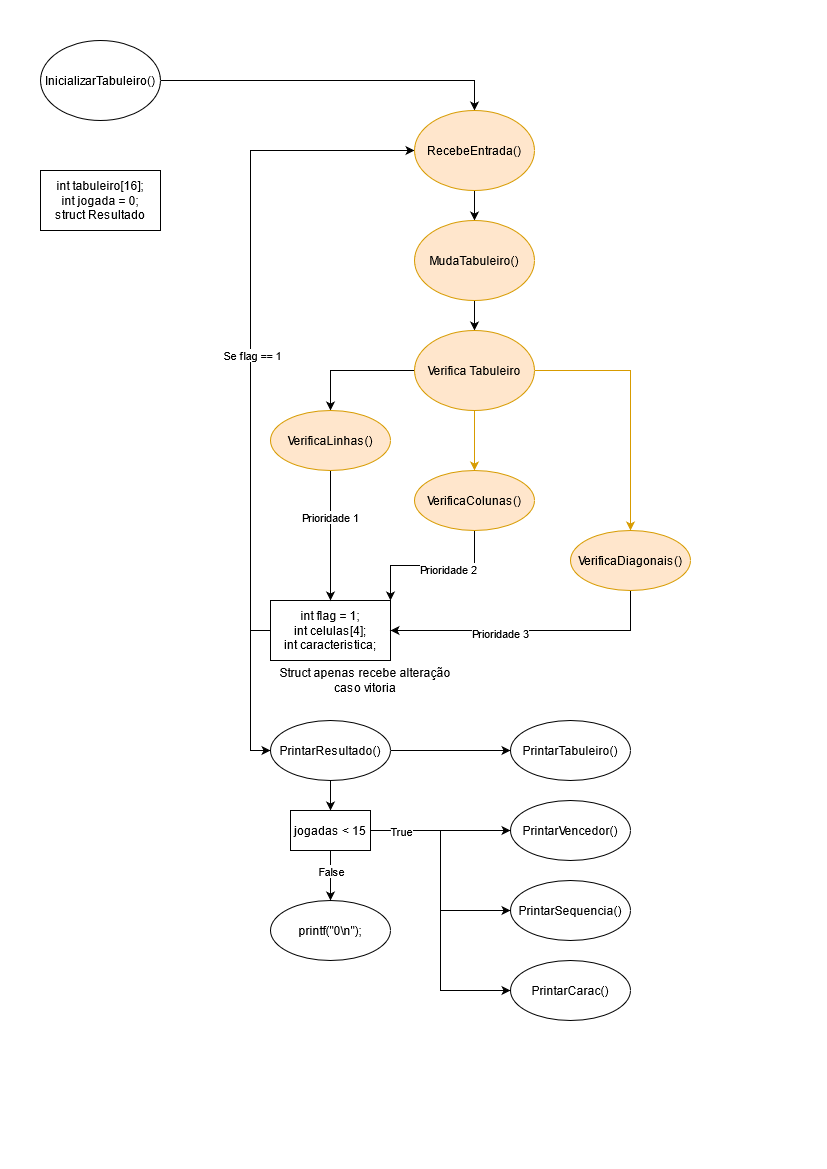
Before: codeFlow.png, a diagram exported from draw.io (Grillo-0/quarto). Source tidied: cells renumbered, new cells last; positions are measured from the earlier drawing's top-left corner, leaving out a move shared by most shapes.
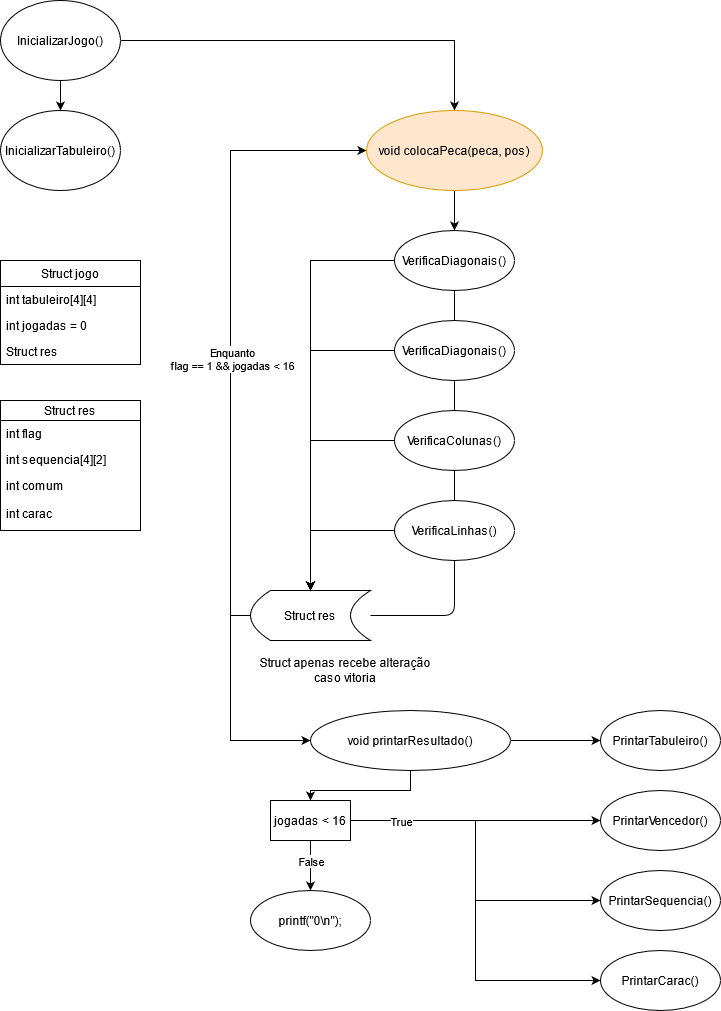
After the change.

Change to the diagram source:
```diff
@@ -5,72 +5,27 @@
     <mxCell id="2" style="edgeStyle=orthogonalEdgeStyle;rounded=0;jettySize=auto;html=1;exitX=0;exitY=0.5;exitDx=0;exitDy=0;entryX=0;entryY=0.5;entryDx=0;entryDy=0;" parent="1" edge="1" source="5" target="9">
       <mxGeometry relative="1" as="geometry" />
     </mxCell>
-    <mxCell id="3" value="Se flag == 1" style="edgeLabel;html=1;align=center;verticalAlign=middle;" parent="2" vertex="1">
+    <mxCell id="3" value="&lt;div&gt;Enquanto&lt;/div&gt;&lt;div&gt; flag == 1 &amp;amp;&amp;amp; jogadas &amp;lt; 16&lt;br&gt;&lt;/div&gt;" style="edgeLabel;html=1;align=center;verticalAlign=middle;" parent="2" vertex="1">
       <mxGeometry x="-0.11" y="-1" relative="1" as="geometry" />
     </mxCell>
     <mxCell id="4" style="edgeStyle=orthogonalEdgeStyle;rounded=0;jettySize=auto;html=1;exitX=0;exitY=0.5;exitDx=0;exitDy=0;entryX=0;entryY=0.5;entryDx=0;entryDy=0;" parent="1" edge="1" source="5" target="28">
       <mxGeometry relative="1" as="geometry" />
     </mxCell>
-    <mxCell id="5" value="&lt;div&gt;int flag = 1;&lt;/div&gt;&lt;div&gt;int celulas[4];&lt;/div&gt;&lt;div&gt;int caracteristica;&lt;br&gt;&lt;/div&gt;" style="rounded=0;whiteSpace=wrap;html=1;" parent="1" vertex="1">
-      <mxGeometry x="230" y="560" width="120" height="60" as="geometry" />
+    <mxCell id="5" value="&lt;div&gt;Struct res&lt;/div&gt;" style="shape=dataStorage;whiteSpace=wrap;html=1;fixedSize=1;" parent="1" vertex="1">
+      <mxGeometry x="230" y="560" width="120" height="50" as="geometry" />
     </mxCell>
-    <mxCell id="6" style="edgeStyle=orthogonalEdgeStyle;rounded=0;jettySize=auto;html=1;entryX=0.5;entryY=0;entryDx=0;entryDy=0;" parent="1" edge="1" source="7" target="9">
+    <mxCell id="6" style="edgeStyle=orthogonalEdgeStyle;rounded=0;jettySize=auto;html=1;entryX=0.5;entryY=0;entryDx=0;entryDy=0;exitX=1;exitY=0.5;exitDx=0;exitDy=0;" parent="1" edge="1" source="55" target="9">
       <mxGeometry relative="1" as="geometry" />
     </mxCell>
     <mxCell id="7" value="InicializarTabuleiro()" style="ellipse;whiteSpace=wrap;html=1;" parent="1" vertex="1">
-      <mxGeometry width="120" height="80" as="geometry" />
+      <mxGeometry x="-20" y="80" width="120" height="80" as="geometry" />
     </mxCell>
-    <mxCell id="8" style="edgeStyle=orthogonalEdgeStyle;rounded=0;jettySize=auto;html=1;" parent="1" edge="1" source="9" target="11">
-      <mxGeometry relative="1" as="geometry" />
-    </mxCell>
+    <mxCell id="42" style="edgeStyle=orthogonalEdgeStyle;rounded=0;jettySize=auto;html=1;entryX=0.5;entryY=0;entryDx=0;entryDy=0;verticalAlign=middle;" parent="1" edge="1" source="9" target="58">
+      <mxGeometry relative="1" as="geometry" />
+    </mxCell>
-    <mxCell id="9" value="RecebeEntrada()" style="ellipse;whiteSpace=wrap;html=1;fillColor=#ffe6cc;strokeColor=#d79b00;" parent="1" vertex="1">
-      <mxGeometry x="374" y="70" width="120" height="80" as="geometry" />
+    <mxCell id="9" value="void colocaPeca(peca, pos)" style="ellipse;whiteSpace=wrap;html=1;fillColor=#ffe6cc;strokeColor=#d79b00;" parent="1" vertex="1">
+      <mxGeometry x="346" y="80" width="176" height="80" as="geometry" />
     </mxCell>
-    <mxCell id="10" style="edgeStyle=orthogonalEdgeStyle;rounded=0;jettySize=auto;html=1;" parent="1" edge="1" source="11" target="15">
-      <mxGeometry relative="1" as="geometry" />
-    </mxCell>
-    <mxCell id="11" value="MudaTabuleiro()" style="ellipse;whiteSpace=wrap;html=1;fillColor=#ffe6cc;strokeColor=#d79b00;" parent="1" vertex="1">
-      <mxGeometry x="374" y="180" width="120" height="80" as="geometry" />
-    </mxCell>
-    <mxCell id="12" style="edgeStyle=orthogonalEdgeStyle;rounded=0;jettySize=auto;html=1;entryX=0.5;entryY=0;entryDx=0;entryDy=0;" parent="1" edge="1" source="15" target="18">
-      <mxGeometry relative="1" as="geometry" />
-    </mxCell>
-    <mxCell id="13" style="edgeStyle=orthogonalEdgeStyle;rounded=0;jettySize=auto;html=1;fillColor=#ffe6cc;strokeColor=#d79b00;" parent="1" edge="1" source="15" target="21">
-      <mxGeometry relative="1" as="geometry" />
-    </mxCell>
-    <mxCell id="14" style="edgeStyle=orthogonalEdgeStyle;rounded=0;jettySize=auto;html=1;exitX=1;exitY=0.5;exitDx=0;exitDy=0;entryX=0.5;entryY=0;entryDx=0;entryDy=0;fillColor=#ffe6cc;strokeColor=#d79b00;" parent="1" edge="1" source="15" target="24">
-      <mxGeometry relative="1" as="geometry" />
-    </mxCell>
-    <mxCell id="15" value="Verifica Tabuleiro" style="ellipse;whiteSpace=wrap;html=1;fillColor=#ffe6cc;strokeColor=#d79b00;" parent="1" vertex="1">
-      <mxGeometry x="374" y="290" width="120" height="80" as="geometry" />
-    </mxCell>
-    <mxCell id="16" style="edgeStyle=orthogonalEdgeStyle;rounded=0;jettySize=auto;html=1;entryX=0.5;entryY=0;entryDx=0;entryDy=0;" parent="1" edge="1" source="18" target="5">
-      <mxGeometry relative="1" as="geometry" />
-    </mxCell>
-    <mxCell id="17" value="&lt;div&gt;Prioridade 1&lt;/div&gt;" style="edgeLabel;html=1;align=center;verticalAlign=middle;" parent="16" vertex="1">
-      <mxGeometry x="-0.29" y="-1" relative="1" as="geometry" />
-    </mxCell>
-    <mxCell id="18" value="VerificaLinhas()" style="ellipse;whiteSpace=wrap;html=1;fillColor=#ffe6cc;strokeColor=#d79b00;" parent="1" vertex="1">
-      <mxGeometry x="230" y="370" width="120" height="60" as="geometry" />
-    </mxCell>
-    <mxCell id="19" style="edgeStyle=orthogonalEdgeStyle;rounded=0;jettySize=auto;html=1;exitX=0.5;exitY=1;exitDx=0;exitDy=0;entryX=1;entryY=0;entryDx=0;entryDy=0;" parent="1" edge="1" source="21" target="5">
-      <mxGeometry relative="1" as="geometry" />
-    </mxCell>
-    <mxCell id="20" value="Prioridade 2" style="edgeLabel;html=1;align=center;verticalAlign=middle;" parent="19" vertex="1">
-      <mxGeometry x="-0.19" y="3" relative="1" as="geometry" />
-    </mxCell>
-    <mxCell id="21" value="&lt;div&gt;VerificaColunas()&lt;/div&gt;" style="ellipse;whiteSpace=wrap;html=1;fillColor=#ffe6cc;strokeColor=#d79b00;" parent="1" vertex="1">
-      <mxGeometry x="374" y="430" width="120" height="60" as="geometry" />
-    </mxCell>
-    <mxCell id="22" style="edgeStyle=orthogonalEdgeStyle;rounded=0;jettySize=auto;html=1;exitX=0.5;exitY=1;exitDx=0;exitDy=0;entryX=1;entryY=0.5;entryDx=0;entryDy=0;" parent="1" edge="1" source="24" target="5">
-      <mxGeometry relative="1" as="geometry" />
-    </mxCell>
-    <mxCell id="23" value="Prioridade 3" style="edgeLabel;html=1;align=center;verticalAlign=middle;" parent="22" vertex="1">
-      <mxGeometry x="0.22" y="2" relative="1" as="geometry" />
-    </mxCell>
-    <mxCell id="24" value="VerificaDiagonais()" style="ellipse;whiteSpace=wrap;html=1;fillColor=#ffe6cc;strokeColor=#d79b00;" parent="1" vertex="1">
-      <mxGeometry x="530" y="490" width="120" height="60" as="geometry" />
-    </mxCell>
     <mxCell id="25" value="Struct apenas recebe alteração caso vitoria" style="text;html=1;strokeColor=none;fillColor=none;align=center;verticalAlign=middle;whiteSpace=wrap;rounded=0;" parent="1" vertex="1">
       <mxGeometry x="230" y="630" width="190" height="20" as="geometry" />
     </mxCell>
@@ -80,20 +35,20 @@
     <mxCell id="27" style="edgeStyle=orthogonalEdgeStyle;rounded=0;jettySize=auto;html=1;exitX=0.5;exitY=1;exitDx=0;exitDy=0;entryX=0.5;entryY=0;entryDx=0;entryDy=0;" parent="1" edge="1" source="28" target="40">
       <mxGeometry relative="1" as="geometry" />
     </mxCell>
-    <mxCell id="28" value="PrintarResultado()" style="ellipse;whiteSpace=wrap;html=1;" parent="1" vertex="1">
-      <mxGeometry x="230" y="680" width="120" height="60" as="geometry" />
+    <mxCell id="28" value="void printarResultado()" style="ellipse;whiteSpace=wrap;html=1;" parent="1" vertex="1">
+      <mxGeometry x="290" y="680" width="200" height="60" as="geometry" />
     </mxCell>
     <mxCell id="29" value="PrintarTabuleiro()" style="ellipse;whiteSpace=wrap;html=1;" parent="1" vertex="1">
-      <mxGeometry x="470" y="680" width="120" height="60" as="geometry" />
+      <mxGeometry x="580" y="680" width="120" height="60" as="geometry" />
     </mxCell>
     <mxCell id="30" value="PrintarVencedor()" style="ellipse;whiteSpace=wrap;html=1;" parent="1" vertex="1">
-      <mxGeometry x="470" y="760" width="120" height="60" as="geometry" />
+      <mxGeometry x="580" y="760" width="120" height="60" as="geometry" />
     </mxCell>
     <mxCell id="31" value="PrintarSequencia()" style="ellipse;whiteSpace=wrap;html=1;" parent="1" vertex="1">
-      <mxGeometry x="470" y="840" width="120" height="60" as="geometry" />
+      <mxGeometry x="580" y="840" width="120" height="60" as="geometry" />
     </mxCell>
     <mxCell id="32" value="PrintarCarac()" style="ellipse;whiteSpace=wrap;html=1;" parent="1" vertex="1">
-      <mxGeometry x="470" y="920" width="120" height="60" as="geometry" />
+      <mxGeometry x="580" y="920" width="120" height="60" as="geometry" />
     </mxCell>
     <mxCell id="33" value="printf(&quot;0\n&quot;);" style="ellipse;whiteSpace=wrap;html=1;" parent="1" vertex="1">
       <mxGeometry x="230" y="860" width="120" height="60" as="geometry" />
@@ -120,11 +75,85 @@
         <mxPoint x="-2" y="12" as="offset" />
       </mxGeometry>
     </mxCell>
-    <mxCell id="40" value="jogadas &amp;lt; 15" style="whiteSpace=wrap;html=1;" parent="1" vertex="1">
+    <mxCell id="40" value="jogadas &amp;lt; 16" style="whiteSpace=wrap;html=1;" parent="1" vertex="1">
       <mxGeometry x="250" y="770" width="80" height="40" as="geometry" />
     </mxCell>
-    <mxCell id="41" value="&lt;div&gt;&lt;span&gt;int tabuleiro[16];&lt;/span&gt;&lt;/div&gt;&lt;div&gt;&lt;span&gt;int jogada = 0;&lt;/span&gt;&lt;/div&gt;&lt;div&gt;&lt;span&gt;struct Resultado&lt;br&gt;&lt;/span&gt;&lt;/div&gt;" style="rounded=0;whiteSpace=wrap;html=1;labelBackgroundColor=#FFFFFF;" parent="1" vertex="1">
-      <mxGeometry y="130" width="120" height="60" as="geometry" />
-    </mxCell>
+    <mxCell id="43" style="edgeStyle=orthogonalEdgeStyle;rounded=0;jettySize=auto;html=1;" parent="1" edge="1" source="57" target="5">
+      <mxGeometry relative="1" as="geometry" />
+    </mxCell>
+    <mxCell id="19" style="edgeStyle=orthogonalEdgeStyle;rounded=0;jettySize=auto;html=1;exitX=0;exitY=0.5;exitDx=0;exitDy=0;" parent="1" edge="1" source="21" target="5">
+      <mxGeometry relative="1" as="geometry" />
+    </mxCell>
+    <mxCell id="16" style="edgeStyle=orthogonalEdgeStyle;rounded=0;jettySize=auto;html=1;entryX=0.5;entryY=0;entryDx=0;entryDy=0;" parent="1" edge="1" source="18" target="5">
+      <mxGeometry relative="1" as="geometry" />
+    </mxCell>
+    <mxCell id="44" value="Struct jogo" style="swimlane;fontStyle=0;horizontal=1;startSize=26;fillColor=none;" parent="1" vertex="1">
+      <mxGeometry x="-20" y="230" width="140" height="104" as="geometry" />
+    </mxCell>
+    <mxCell id="45" value="int tabuleiro[4][4]" style="text;strokeColor=none;fillColor=none;align=left;verticalAlign=top;spacingLeft=4;spacingRight=4;overflow=hidden;" parent="44" vertex="1">
+      <mxGeometry y="26" width="140" height="26" as="geometry" />
+    </mxCell>
+    <mxCell id="46" value="int jogadas = 0" style="text;strokeColor=none;fillColor=none;align=left;verticalAlign=top;spacingLeft=4;spacingRight=4;overflow=hidden;" parent="44" vertex="1">
+      <mxGeometry y="52" width="140" height="26" as="geometry" />
+    </mxCell>
+    <mxCell id="47" value="Struct res" style="text;strokeColor=none;fillColor=none;align=left;verticalAlign=top;spacingLeft=4;spacingRight=4;overflow=hidden;" parent="44" vertex="1">
+      <mxGeometry y="78" width="140" height="26" as="geometry" />
+    </mxCell>
+    <mxCell id="48" value="Struct res" style="swimlane;fontStyle=0;horizontal=1;startSize=20;fillColor=none;" parent="1" vertex="1">
+      <mxGeometry x="-20" y="370" width="140" height="130" as="geometry" />
+    </mxCell>
+    <mxCell id="49" value="int flag" style="text;strokeColor=none;fillColor=none;align=left;verticalAlign=top;spacingLeft=4;spacingRight=4;overflow=hidden;" parent="48" vertex="1">
+      <mxGeometry y="20" width="140" height="26" as="geometry" />
+    </mxCell>
+    <mxCell id="50" value="int sequencia[4][2]" style="text;strokeColor=none;fillColor=none;align=left;verticalAlign=top;spacingLeft=4;spacingRight=4;overflow=hidden;" parent="48" vertex="1">
+      <mxGeometry y="46" width="140" height="26" as="geometry" />
+    </mxCell>
+    <mxCell id="51" value="int comum" style="text;strokeColor=none;fillColor=none;align=left;verticalAlign=top;spacingLeft=4;spacingRight=4;overflow=hidden;" parent="48" vertex="1">
+      <mxGeometry y="72" width="140" height="28" as="geometry" />
+    </mxCell>
+    <mxCell id="52" value="int carac" style="text;strokeColor=none;fillColor=none;align=left;verticalAlign=top;spacingLeft=4;spacingRight=4;overflow=hidden;" parent="48" vertex="1">
+      <mxGeometry y="100" width="140" height="30" as="geometry" />
+    </mxCell>
+    <mxCell id="53" style="endArrow=none;html=1;entryX=0.5;entryY=1;entryDx=0;entryDy=0;" parent="1" edge="1" target="18">
+      <mxGeometry relative="1" as="geometry">
+        <mxPoint x="350" y="585" as="sourcePoint" />
+        <Array as="points">
+          <mxPoint x="434" y="585" />
+        </Array>
+      </mxGeometry>
+    </mxCell>
+    <mxCell id="54" style="edgeStyle=orthogonalEdgeStyle;rounded=0;jettySize=auto;html=1;entryX=0.5;entryY=0;entryDx=0;entryDy=0;" parent="1" edge="1" source="55" target="7">
+      <mxGeometry relative="1" as="geometry" />
+    </mxCell>
+    <mxCell id="55" value="InicializarJogo()" style="ellipse;whiteSpace=wrap;html=1;" parent="1" vertex="1">
+      <mxGeometry x="-20" y="-30" width="120" height="80" as="geometry" />
+    </mxCell>
+    <mxCell id="56" style="group;" parent="1" vertex="1">
+      <mxGeometry x="374" y="200" width="120" height="310" as="geometry" />
+    </mxCell>
+    <mxCell id="57" value="VerificaDiagonais()" style="ellipse;whiteSpace=wrap;html=1;verticalAlign=middle;" parent="56" vertex="1">
+      <mxGeometry y="90" width="120" height="60" as="geometry" />
+    </mxCell>
+    <mxCell id="21" value="&lt;div&gt;VerificaColunas()&lt;/div&gt;" style="ellipse;whiteSpace=wrap;html=1;verticalAlign=middle;" parent="56" vertex="1">
+      <mxGeometry y="180" width="120" height="60" as="geometry" />
+    </mxCell>
+    <mxCell id="18" value="VerificaLinhas()" style="ellipse;whiteSpace=wrap;html=1;verticalAlign=middle;" parent="56" vertex="1">
+      <mxGeometry y="270" width="120" height="60" as="geometry" />
+    </mxCell>
+    <mxCell id="58" value="VerificaDiagonais()" style="ellipse;whiteSpace=wrap;html=1;verticalAlign=middle;" parent="56" vertex="1">
+      <mxGeometry width="120" height="60" as="geometry" />
+    </mxCell>
+    <mxCell id="59" style="endArrow=none;html=1;verticalAlign=middle;entryX=0.5;entryY=1;entryDx=0;entryDy=0;" parent="56" edge="1" source="18" target="21">
+      <mxGeometry relative="1" as="geometry" />
+    </mxCell>
+    <mxCell id="60" style="endArrow=none;html=1;verticalAlign=middle;entryX=0.5;entryY=1;entryDx=0;entryDy=0;exitX=0.5;exitY=0;exitDx=0;exitDy=0;" parent="56" edge="1" source="21" target="57">
+      <mxGeometry relative="1" as="geometry" />
+    </mxCell>
+    <mxCell id="61" style="endArrow=none;html=1;verticalAlign=middle;entryX=0.5;entryY=1;entryDx=0;entryDy=0;exitX=0.5;exitY=0;exitDx=0;exitDy=0;" parent="56" edge="1" source="57" target="58">
+      <mxGeometry relative="1" as="geometry" />
+    </mxCell>
+    <mxCell id="62" style="edgeStyle=orthogonalEdgeStyle;rounded=0;jettySize=auto;html=1;verticalAlign=middle;" parent="1" edge="1" source="58" target="5">
+      <mxGeometry relative="1" as="geometry" />
+    </mxCell>
   </root>
 </mxGraphModel>
```
